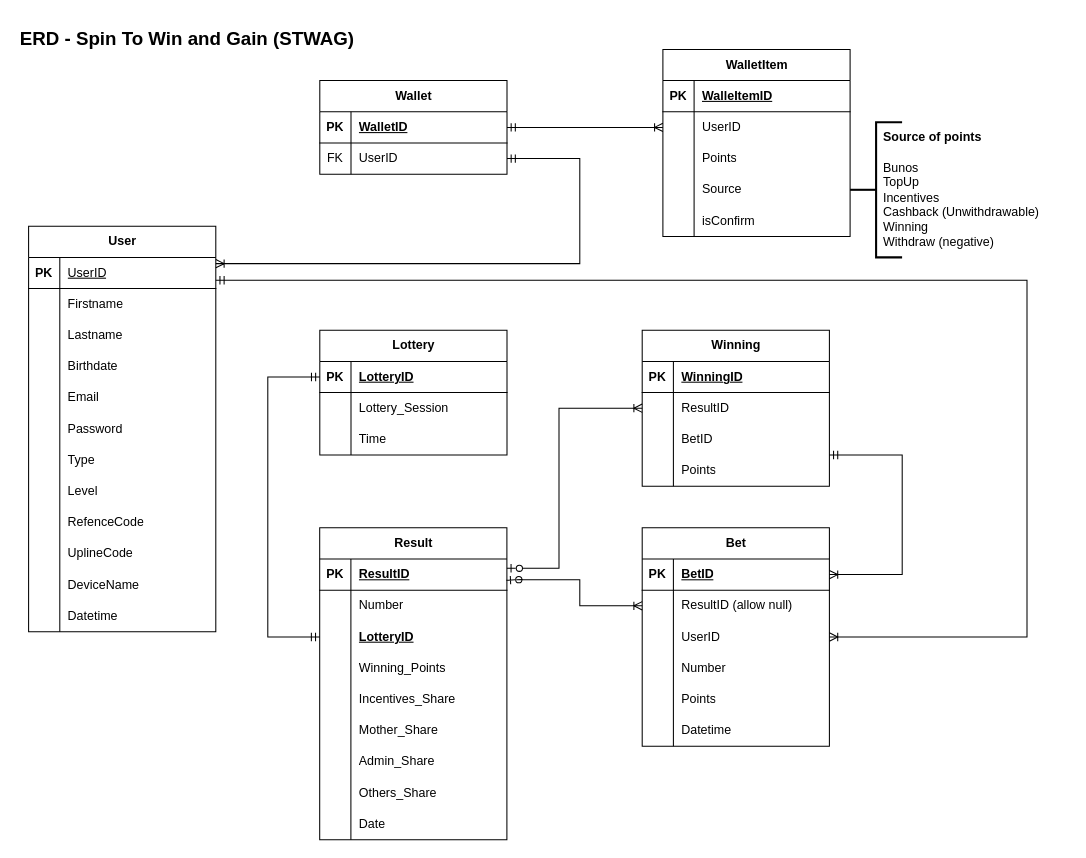
ediangca/STWAG keeps this draw.io diagram as STWAG.drawio. Above is the earlier version. Source tidied: cells renumbered, new cells numbered last; positions are measured from the earlier drawing's top-left corner, leaving out a move shared by most shapes. Both pictures are drawn from the tidied source at 104%, with x=0, y=0 at pixel (18, 18).
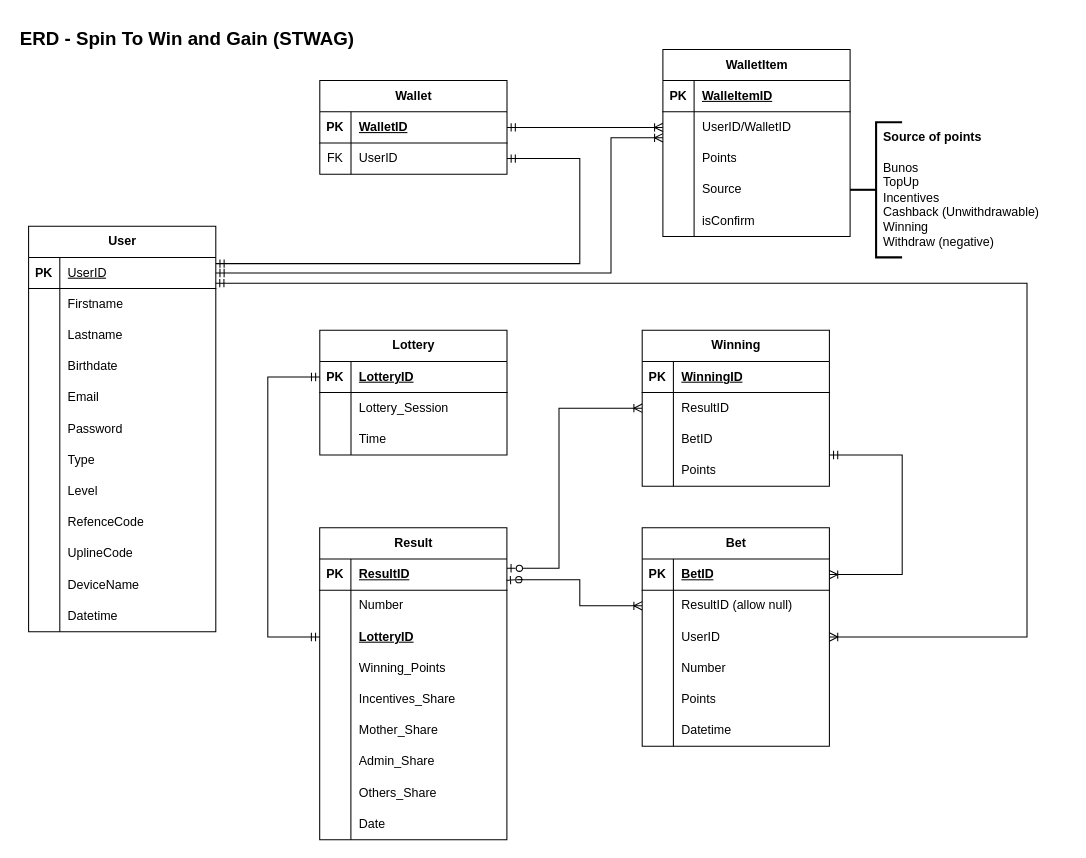
The same page after the edit.

The change refers to these unchanged cells:
```xml
<mxCell id="7" style="shape=tableRow;horizontal=0;startSize=0;swimlaneHead=0;swimlaneBody=0;fillColor=none;points=[[0,0.5],[1,0.5]];portConstraint=eastwest;top=0;left=0;right=0;bottom=0;" parent="3" vertex="1">
  <mxGeometry y="60" width="180" height="30" as="geometry" />
</mxCell>
<mxCell id="13" style="shape=tableRow;horizontal=0;startSize=0;swimlaneHead=0;swimlaneBody=0;fillColor=none;points=[[0,0.5],[1,0.5]];portConstraint=eastwest;top=0;left=0;right=0;bottom=1;" parent="12" vertex="1">
  <mxGeometry y="30" width="180" height="30" as="geometry" />
</mxCell>
<mxCell id="109" style="shape=tableRow;horizontal=0;startSize=0;swimlaneHead=0;swimlaneBody=0;fillColor=none;points=[[0,0.5],[1,0.5]];portConstraint=eastwest;top=0;left=0;right=0;bottom=0;" parent="102" vertex="1">
  <mxGeometry y="90" width="180" height="30" as="geometry" />
</mxCell>
<mxCell id="129" style="shape=tableRow;horizontal=0;startSize=0;swimlaneHead=0;swimlaneBody=0;fillColor=none;points=[[0,0.5],[1,0.5]];portConstraint=eastwest;top=0;left=0;right=0;bottom=0;" parent="125" vertex="1">
  <mxGeometry y="60" width="180" height="30" as="geometry" />
</mxCell>
```

Change to the diagram source:
```diff
@@
-    <mxCell id="10" style="edgeStyle=orthogonalEdgeStyle;fontSize=12;html=1;endArrow=ERoneToMany;startArrow=ERmandOne;rounded=0;fontFamily=Helvetica;fontColor=default;fontStyle=1;exitX=1;exitY=0.5;exitDx=0;exitDy=0;endFill=0;startFill=0;" parent="1" edge="1" source="7" target="13">
+    <mxCell id="10" style="edgeStyle=orthogonalEdgeStyle;fontSize=12;html=1;endArrow=ERmandOne;startArrow=ERmandOne;rounded=0;fontFamily=Helvetica;fontColor=default;fontStyle=1;exitX=1;exitY=0.5;exitDx=0;exitDy=0;endFill=0;startFill=0;" parent="1" edge="1" source="7" target="13">
       <mxGeometry relative="1" as="geometry">
         <Array as="points">
           <mxPoint x="540" y="135" />
           <mxPoint x="540" y="236" />
         </Array>
       </mxGeometry>
     </mxCell>
@@
-    <mxCell id="122" style="edgeStyle=orthogonalEdgeStyle;fontSize=12;html=1;endArrow=ERmandOne;startArrow=ERoneToMany;rounded=0;fontFamily=Helvetica;fontColor=default;fontStyle=1;endFill=0;exitX=1;exitY=0.5;exitDx=0;exitDy=0;startFill=0;" parent="1" edge="1" source="109" target="13">
+    <mxCell id="122" style="edgeStyle=orthogonalEdgeStyle;fontSize=12;html=1;endArrow=ERmandOne;startArrow=ERoneToMany;rounded=0;fontFamily=Helvetica;fontColor=default;fontStyle=1;endFill=0;exitX=1;exitY=0.5;exitDx=0;exitDy=0;startFill=0;entryX=0.999;entryY=0.826;entryDx=0;entryDy=0;entryPerimeter=0;" parent="1" edge="1" source="109" target="13">
       <mxGeometry relative="1" as="geometry">
         <Array as="points">
           <mxPoint x="970" y="595" />
-          <mxPoint x="970" y="252" />
+          <mxPoint x="970" y="255" />
+          <mxPoint x="190" y="255" />
         </Array>
       </mxGeometry>
     </mxCell>
@@
-    <mxCell id="131" value="UserID" style="shape=partialRectangle;fillColor=none;top=0;left=0;bottom=0;right=0;align=left;spacingLeft=6;overflow=hidden;whiteSpace=wrap;html=1;" parent="129" vertex="1">
+    <mxCell id="131" value="UserID/WalletID" style="shape=partialRectangle;fillColor=none;top=0;left=0;bottom=0;right=0;align=left;spacingLeft=6;overflow=hidden;whiteSpace=wrap;html=1;" parent="129" vertex="1">
       <mxGeometry x="30" width="150" height="30" as="geometry" />
     </mxCell>
@@
+    <mxCell id="144" style="edgeStyle=orthogonalEdgeStyle;fontSize=12;html=1;endArrow=ERmandOne;startArrow=ERoneToMany;rounded=0;fontFamily=Helvetica;fontColor=default;fontStyle=1;endFill=0;startFill=0;exitX=0;exitY=0.833;exitDx=0;exitDy=0;exitPerimeter=0;entryX=1;entryY=0.5;entryDx=0;entryDy=0;" parent="1" edge="1" source="129" target="13">
+      <mxGeometry relative="1" as="geometry">
+        <Array as="points">
+          <mxPoint x="570" y="115" />
+          <mxPoint x="570" y="245" />
+        </Array>
+      </mxGeometry>
+    </mxCell>
```
